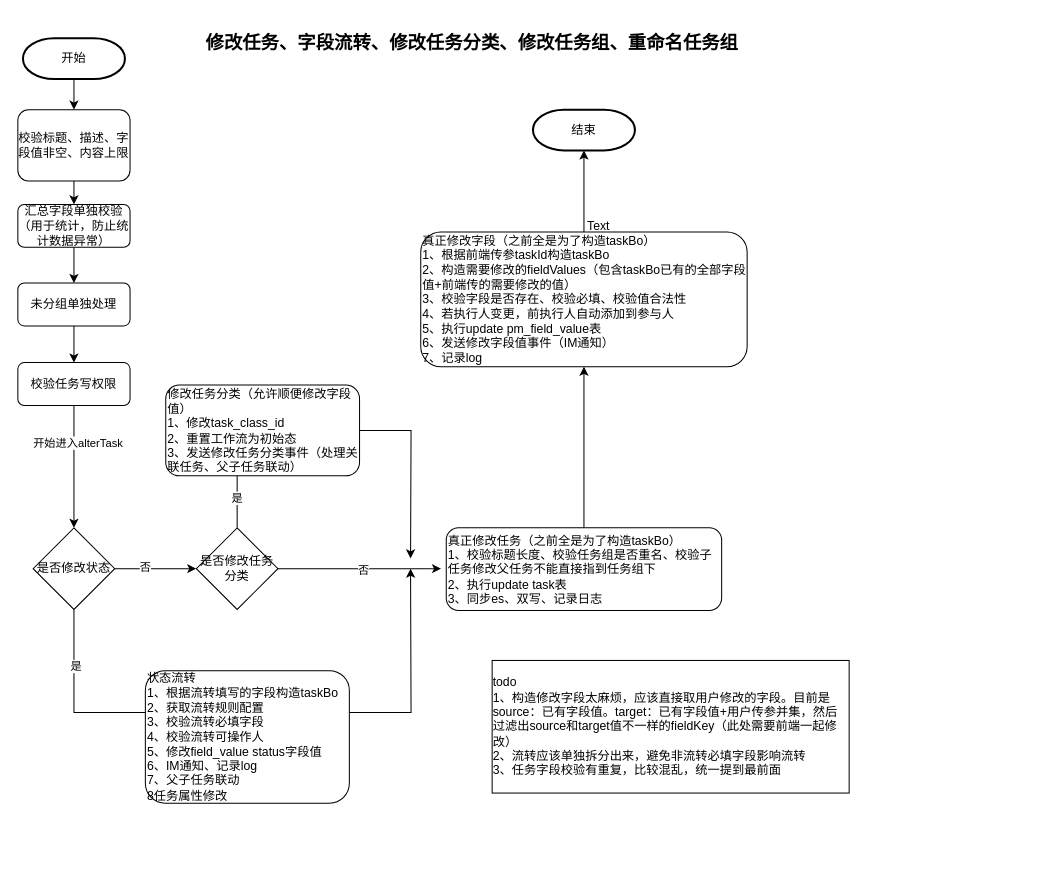
Earlier version of the draw.io diagram page "第 3 页" (3 of 4) of 新建任务分类.drawio (weizp-a/java8-tutorial). Source tidied: cells renumbered, new cells numbered last; positions are measured from the earlier drawing's top-left corner, leaving out a move shared by most shapes. Both pictures are drawn from the tidied source at 102%, with x=0, y=0 at pixel (17, 17).
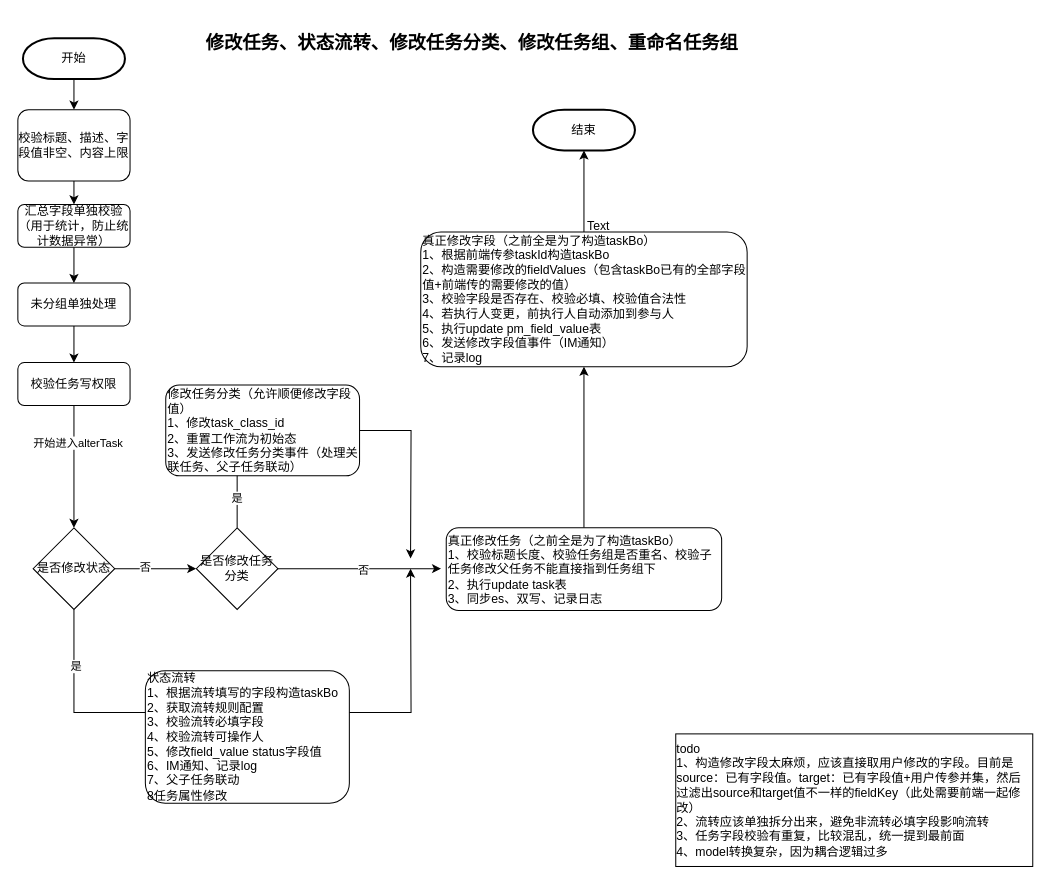
The same page after the edit.

The edit, as a diff of the source:
```diff
@@
-    <mxCell id="2" value="&lt;h2&gt;修改任务、字段流转、修改任务分类、修改任务组、重命名任务组&lt;/h2&gt;" style="text;html=1;align=center;verticalAlign=middle;" parent="1" vertex="1">
+    <mxCell id="2" value="&lt;h2&gt;修改任务、状态流转、修改任务分类、修改任务组、重命名任务组&lt;/h2&gt;" style="text;html=1;align=center;verticalAlign=middle;" parent="1" vertex="1">
       <mxGeometry x="175" width="540" height="50" as="geometry" />
     </mxCell>
@@
-    <mxCell id="34" value="&lt;div style=&quot;text-align: left&quot;&gt;&lt;span style=&quot;font-family: &amp;#34;helvetica&amp;#34;&quot;&gt;todo&lt;/span&gt;&lt;/div&gt;&lt;div style=&quot;text-align: left&quot;&gt;&lt;span style=&quot;font-family: &amp;#34;helvetica&amp;#34;&quot;&gt;1、构造修改字段太麻烦，应该直接取用户修改的字段。目前是source：已有字段值。target：已有字段值+用户传参并集，然后过滤出source和target值不一样的fieldKey（此处需要前端一起修改）&lt;/span&gt;&lt;/div&gt;&lt;span style=&quot;color: rgb(0 , 0 , 0) ; font-family: &amp;#34;helvetica&amp;#34; ; font-size: 12px ; font-style: normal ; font-weight: 400 ; letter-spacing: normal ; text-indent: 0px ; text-transform: none ; word-spacing: 0px ; background-color: rgb(248 , 249 , 250) ; display: inline ; float: none&quot;&gt;&lt;div style=&quot;text-align: left&quot;&gt;2、流转应该单独拆分出来，避免非流转必填字段影响流转&lt;/div&gt;&lt;div style=&quot;text-align: left&quot;&gt;3、任务字段校验有重复，比较混乱，统一提到最前面&lt;/div&gt;&lt;/span&gt;" style="rounded=0;whiteSpace=wrap;html=1;" parent="1" vertex="1">
-      <mxGeometry x="465" y="630" width="350" height="130" as="geometry" />
+    <mxCell id="34" value="&lt;div style=&quot;text-align: left&quot;&gt;&lt;span style=&quot;font-family: &amp;#34;helvetica&amp;#34;&quot;&gt;todo&lt;/span&gt;&lt;/div&gt;&lt;div style=&quot;text-align: left&quot;&gt;&lt;span style=&quot;font-family: &amp;#34;helvetica&amp;#34;&quot;&gt;1、构造修改字段太麻烦，应该直接取用户修改的字段。目前是source：已有字段值。target：已有字段值+用户传参并集，然后过滤出source和target值不一样的fieldKey（此处需要前端一起修改）&lt;/span&gt;&lt;/div&gt;&lt;span style=&quot;color: rgb(0 , 0 , 0) ; font-family: &amp;#34;helvetica&amp;#34; ; font-size: 12px ; font-style: normal ; font-weight: 400 ; letter-spacing: normal ; text-indent: 0px ; text-transform: none ; word-spacing: 0px ; background-color: rgb(248 , 249 , 250) ; display: inline ; float: none&quot;&gt;&lt;div style=&quot;text-align: left&quot;&gt;2、流转应该单独拆分出来，避免非流转必填字段影响流转&lt;/div&gt;&lt;div style=&quot;text-align: left&quot;&gt;3、任务字段校验有重复，比较混乱，统一提到最前面&lt;/div&gt;&lt;div style=&quot;text-align: left&quot;&gt;4、model转换复杂，因为耦合逻辑过多&lt;/div&gt;&lt;/span&gt;" style="rounded=0;whiteSpace=wrap;html=1;" parent="1" vertex="1">
+      <mxGeometry x="645" y="702" width="350" height="130" as="geometry" />
     </mxCell>
```
